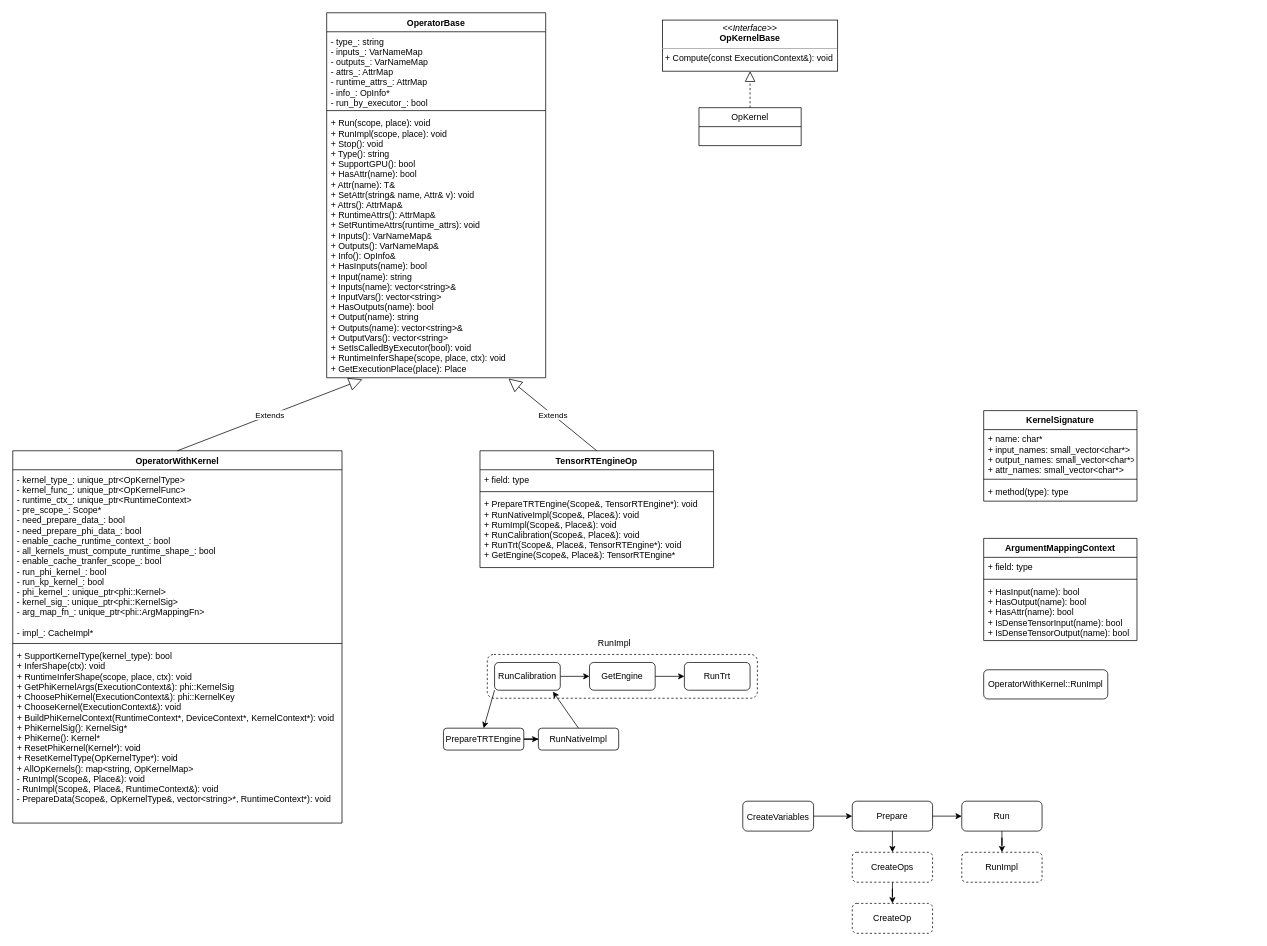
Earlier version of the draw.io diagram page "operator" (2 of 5) of docs/drawio/paddle.drawio (zhangjun/my_notes). Source tidied: cells renumbered, new cells numbered last; positions are measured from the earlier drawing's top-left corner, leaving out a move shared by most shapes. Both pictures are drawn from the tidied source at 73%, with x=0, y=0 at pixel (12, 12).
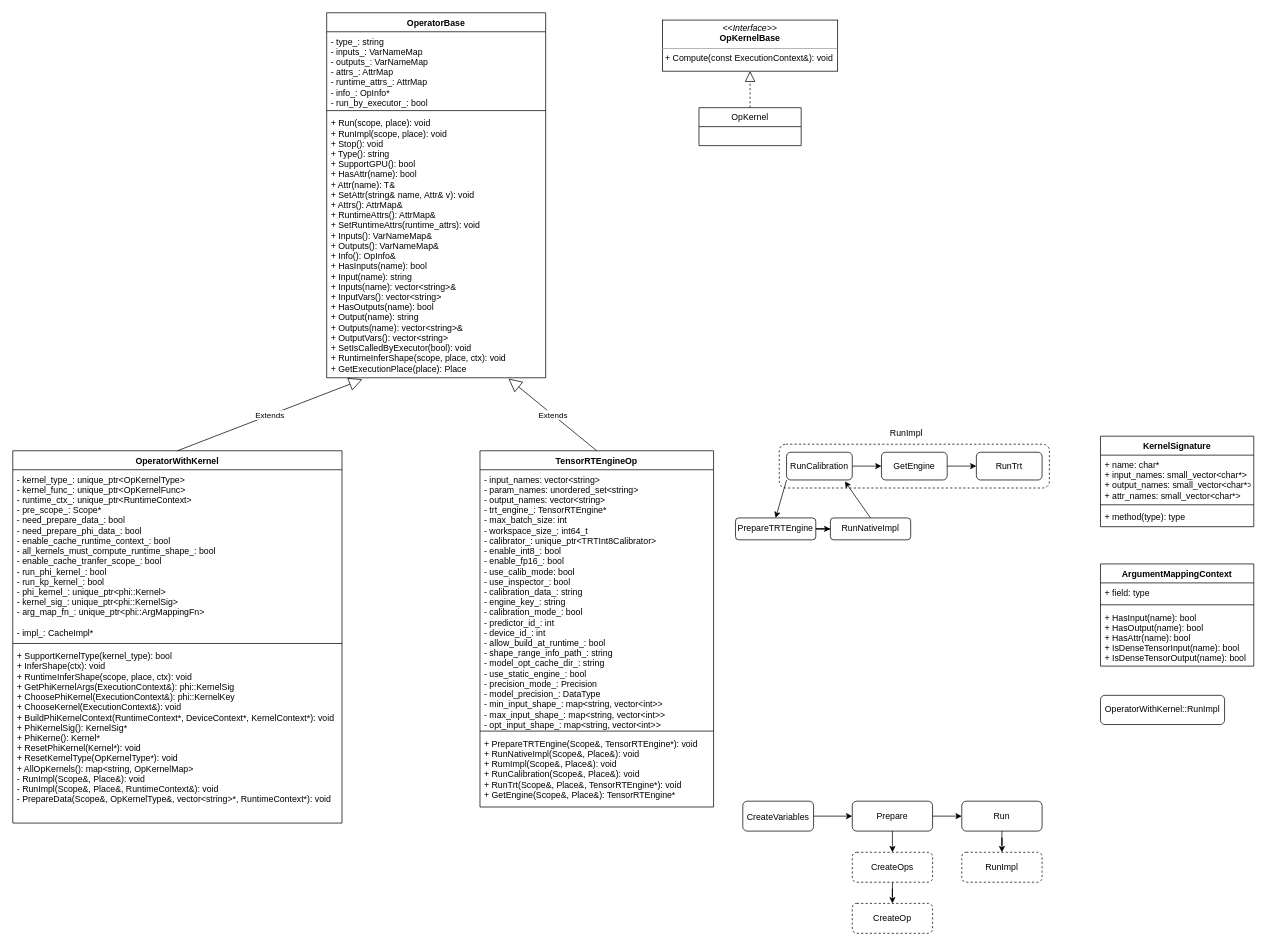
The same page after the edit.

Diff of the diagram source:
```diff
@@
     <mxCell id="13" value="KernelSignature" style="swimlane;fontStyle=1;align=center;verticalAlign=top;horizontal=1;startSize=26;fontColor=none;" parent="1" vertex="1">
-      <mxGeometry x="1330" y="545" width="210" height="124" as="geometry" />
+      <mxGeometry x="1490" y="580" width="210" height="124" as="geometry" />
     </mxCell>
@@
     <mxCell id="17" value="ArgumentMappingContext" style="swimlane;fontStyle=1;align=center;verticalAlign=top;horizontal=1;startSize=26;fontColor=none;" parent="1" vertex="1">
-      <mxGeometry x="1330" y="720" width="210" height="140" as="geometry" />
+      <mxGeometry x="1490" y="755" width="210" height="140" as="geometry" />
     </mxCell>
@@
     <mxCell id="21" value="&lt;span style=&quot;text-align: left;&quot;&gt;OperatorWithKernel::RunImpl&lt;/span&gt;" style="rounded=1;whiteSpace=wrap;html=1;fontColor=none;" parent="1" vertex="1">
-      <mxGeometry x="1330" y="900" width="170" height="40" as="geometry" />
+      <mxGeometry x="1490" y="935" width="170" height="40" as="geometry" />
     </mxCell>
     <mxCell id="22" value="TensorRTEngineOp" style="swimlane;fontStyle=1;align=center;verticalAlign=top;horizontal=1;startSize=26;fontColor=none;" parent="1" vertex="1">
-      <mxGeometry x="640" y="600" width="320" height="160" as="geometry" />
+      <mxGeometry x="640" y="600" width="320" height="488" as="geometry" />
     </mxCell>
-    <mxCell id="23" value="+ field: type" style="text;strokeColor=none;fillColor=none;align=left;verticalAlign=top;spacingLeft=4;spacingRight=4;overflow=hidden;fontColor=none;" parent="22" vertex="1">
-      <mxGeometry y="26" width="320" height="26" as="geometry" />
+    <mxCell id="23" value="- input_names: vector&lt;string&gt;&#10;- param_names: unordered_set&lt;string&gt;&#10;- output_names: vector&lt;string&gt;&#10;- trt_engine_: TensorRTEngine*&#10;- max_batch_size: int&#10;- workspace_size_: int64_t&#10;- calibrator_: unique_ptr&lt;TRTInt8Calibrator&gt;&#10;- enable_int8_: bool&#10;- enable_fp16_: bool&#10;- use_calib_mode: bool&#10;- use_inspector_: bool&#10;- calibration_data_: string&#10;- engine_key_: string&#10;- calibration_mode_: bool&#10;- predictor_id_: int&#10;- device_id_: int&#10;- allow_build_at_runtime_: bool&#10;- shape_range_info_path_: string&#10;- model_opt_cache_dir_: string&#10;- use_static_engine_: bool&#10;- precision_mode_: Precision&#10;- model_precision_: DataType&#10;- min_input_shape_: map&lt;string, vector&lt;int&gt;&gt;&#10;- max_input_shape_: map&lt;string, vector&lt;int&gt;&gt;&#10;- opt_input_shape_: map&lt;string, vector&lt;int&gt;&gt;" style="text;strokeColor=none;fillColor=none;align=left;verticalAlign=top;spacingLeft=4;spacingRight=4;overflow=hidden;fontColor=none;" parent="22" vertex="1">
+      <mxGeometry y="26" width="320" height="354" as="geometry" />
     </mxCell>
     <mxCell id="24" style="line;strokeWidth=1;fillColor=none;align=left;verticalAlign=middle;spacingTop=-1;spacingLeft=3;spacingRight=3;labelPosition=right;strokeColor=inherit;fontColor=none;" parent="22" vertex="1">
-      <mxGeometry y="52" width="320" height="8" as="geometry" />
+      <mxGeometry y="380" width="320" height="8" as="geometry" />
     </mxCell>
     <mxCell id="25" value="+ PrepareTRTEngine(Scope&amp;, TensorRTEngine*): void&#10;+ RunNativeImpl(Scope&amp;, Place&amp;): void&#10;+ RumImpl(Scope&amp;, Place&amp;): void&#10;+ RunCalibration(Scope&amp;, Place&amp;): void&#10;+ RunTrt(Scope&amp;, Place&amp;, TensorRTEngine*): void&#10;+ GetEngine(Scope&amp;, Place&amp;): TensorRTEngine*" style="text;strokeColor=none;fillColor=none;align=left;verticalAlign=top;spacingLeft=4;spacingRight=4;overflow=hidden;fontColor=none;" parent="22" vertex="1">
-      <mxGeometry y="60" width="320" height="100" as="geometry" />
+      <mxGeometry y="388" width="320" height="100" as="geometry" />
     </mxCell>
@@
     <mxCell id="27" value="RunCalibration" style="rounded=1;whiteSpace=wrap;html=1;fontColor=none;" parent="1" vertex="1">
-      <mxGeometry x="660" y="890" width="90" height="38" as="geometry" />
+      <mxGeometry x="1060" y="602" width="90" height="38" as="geometry" />
     </mxCell>
@@
     <mxCell id="29" value="GetEngine" style="rounded=1;whiteSpace=wrap;html=1;fontColor=none;" parent="1" vertex="1">
-      <mxGeometry x="790" y="890" width="90" height="38" as="geometry" />
+      <mxGeometry x="1190" y="602" width="90" height="38" as="geometry" />
     </mxCell>
@@
     <mxCell id="31" value="PrepareTRTEngine" style="rounded=1;whiteSpace=wrap;html=1;fontColor=none;" parent="1" vertex="1">
-      <mxGeometry x="590" y="980" width="110" height="30" as="geometry" />
+      <mxGeometry x="990" y="692" width="110" height="30" as="geometry" />
     </mxCell>
     <mxCell id="32" value="RunNativeImpl" style="rounded=1;whiteSpace=wrap;html=1;fontColor=none;" parent="1" vertex="1">
-      <mxGeometry x="720" y="980" width="110" height="30" as="geometry" />
+      <mxGeometry x="1120" y="692" width="110" height="30" as="geometry" />
     </mxCell>
     <mxCell id="33" value="RunTrt" style="rounded=1;whiteSpace=wrap;html=1;fontColor=none;" parent="1" vertex="1">
-      <mxGeometry x="920" y="890" width="90" height="38" as="geometry" />
+      <mxGeometry x="1320" y="602" width="90" height="38" as="geometry" />
     </mxCell>
     <mxCell id="34" value="RunImpl" style="text;whiteSpace=wrap;html=1;fontColor=none;" parent="1" vertex="1">
-      <mxGeometry x="800" y="850" width="50" height="30" as="geometry" />
+      <mxGeometry x="1200" y="562" width="50" height="30" as="geometry" />
     </mxCell>
     <mxCell id="35" style="rounded=1;whiteSpace=wrap;html=1;fontColor=none;fillColor=none;dashed=1;" parent="1" vertex="1">
-      <mxGeometry x="650" y="879" width="370" height="60" as="geometry" />
+      <mxGeometry x="1050" y="591" width="370" height="60" as="geometry" />
     </mxCell>
     <mxCell id="36" style="endArrow=classic;html=1;rounded=0;fontColor=none;entryX=0.5;entryY=0;entryDx=0;entryDy=0;" parent="1" edge="1" target="31">
       <mxGeometry relative="1" as="geometry">
-        <mxPoint x="660" y="928" as="sourcePoint" />
+        <mxPoint x="1060" y="640" as="sourcePoint" />
       </mxGeometry>
     </mxCell>
```
